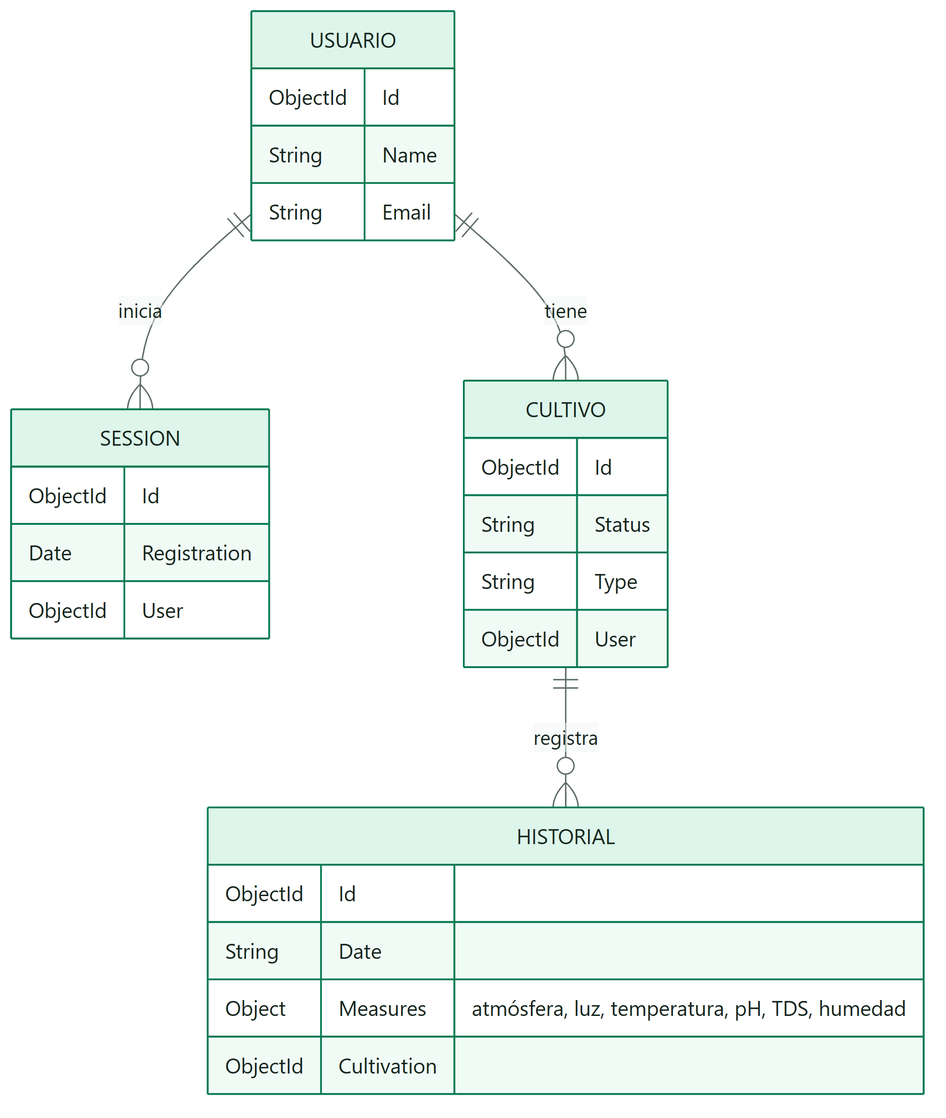
Above: docs/diagrams/SmartPot_31_Original_Data_Model.png in SmartPotTech/.github (Mermaid), before the change. Its source is kept beside it as docs/diagrams/SmartPot_31_Original_Data_Model.mmd. Source of this version:
```mermaid
%%{init: {"theme": "base", "fontFamily": "Segoe UI, Arial, sans-serif", "themeVariables": {"fontFamily": "Segoe UI, Arial, sans-serif", "fontSize": "15px", "primaryColor": "#DDF5EA", "primaryTextColor": "#17261F", "primaryBorderColor": "#067A52", "secondaryColor": "#E3F2FB", "secondaryTextColor": "#17261F", "secondaryBorderColor": "#1F6FA0", "tertiaryColor": "#F2F7F4", "tertiaryTextColor": "#17261F", "tertiaryBorderColor": "#D5E3DC", "lineColor": "#5B6B63", "textColor": "#17261F", "mainBkg": "#DDF5EA", "nodeBorder": "#067A52", "clusterBkg": "#F7FAF8", "clusterBorder": "#D5E3DC", "edgeLabelBackground": "#FFFFFF", "actorBkg": "#067A52", "actorBorder": "#0B3D2B", "actorTextColor": "#FFFFFF", "actorLineColor": "#5B6B63", "signalColor": "#17261F", "signalTextColor": "#17261F", "labelBoxBkgColor": "#0B3D2B", "labelBoxBorderColor": "#0B3D2B", "labelTextColor": "#FFFFFF", "loopTextColor": "#0B3D2B", "noteBkgColor": "#FDF4DD", "noteBorderColor": "#C98D12", "noteTextColor": "#17261F", "activationBkgColor": "#DDF5EA", "activationBorderColor": "#067A52", "attributeBackgroundColorOdd": "#FFFFFF", "attributeBackgroundColorEven": "#F2F7F4"}}}%%
erDiagram
  USUARIO ||--o{ SESSION : "inicia"
  USUARIO ||--o{ CULTIVO : "tiene"
  CULTIVO ||--o{ HISTORIAL : "registra"
  USUARIO {
    ObjectId Id
    String Name
    String Email
  }
  SESSION {
    ObjectId Id
    Date Registration
    ObjectId User
  }
  CULTIVO {
    ObjectId Id
    String Status
    String Type
    ObjectId User
  }
  HISTORIAL {
    ObjectId Id
    String Date
    Object Measures "atmósfera, luz, temperatura, pH, TDS, humedad"
    ObjectId Cultivation
  }
```
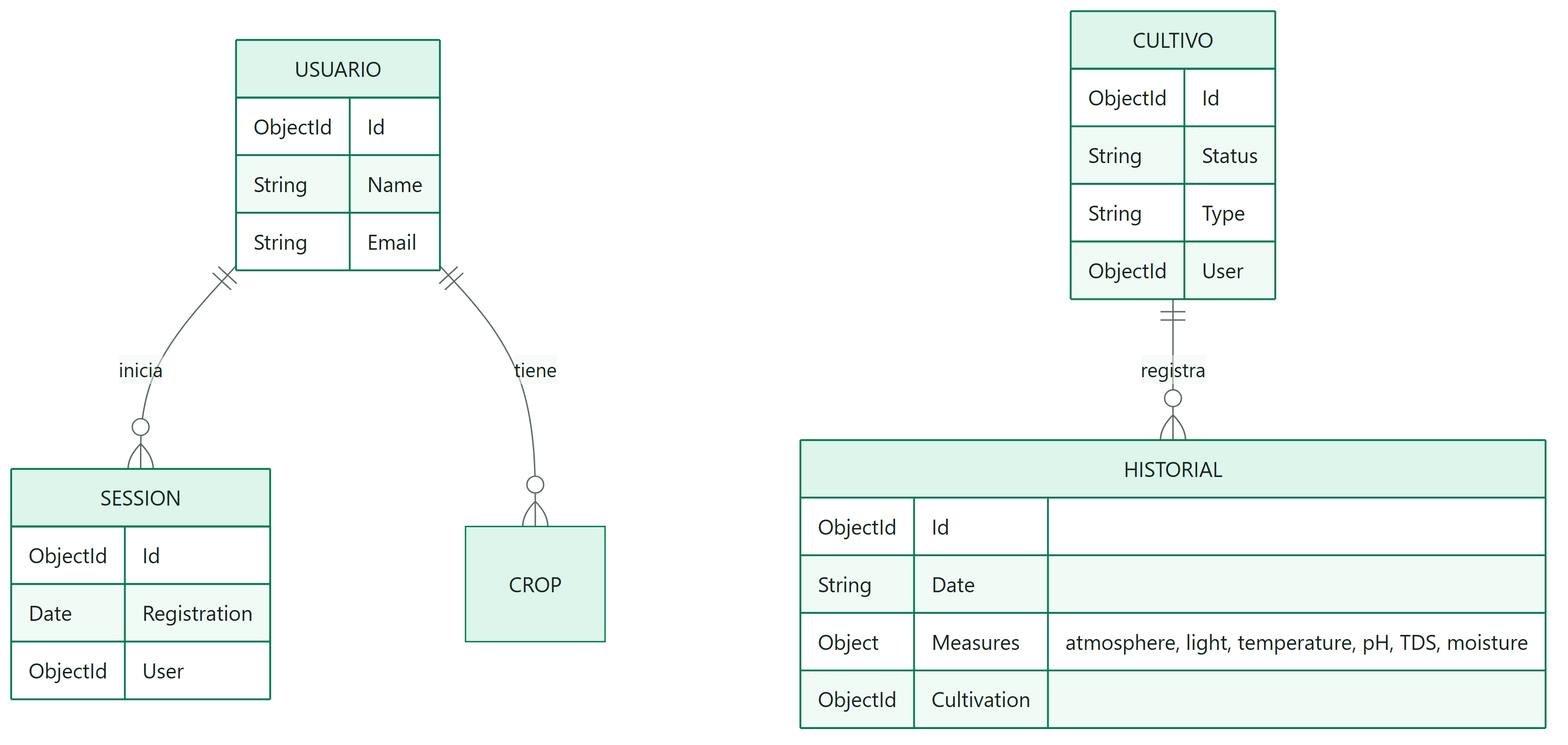
After the change.

Change to the diagram source:
```diff
@@ -1,7 +1,7 @@
 %%{init: {"theme": "base", "fontFamily": "Segoe UI, Arial, sans-serif", "themeVariables": {"fontFamily": "Segoe UI, Arial, sans-serif", "fontSize": "15px", "primaryColor": "#DDF5EA", "primaryTextColor": "#17261F", "primaryBorderColor": "#067A52", "secondaryColor": "#E3F2FB", "secondaryTextColor": "#17261F", "secondaryBorderColor": "#1F6FA0", "tertiaryColor": "#F2F7F4", "tertiaryTextColor": "#17261F", "tertiaryBorderColor": "#D5E3DC", "lineColor": "#5B6B63", "textColor": "#17261F", "mainBkg": "#DDF5EA", "nodeBorder": "#067A52", "clusterBkg": "#F7FAF8", "clusterBorder": "#D5E3DC", "edgeLabelBackground": "#FFFFFF", "actorBkg": "#067A52", "actorBorder": "#0B3D2B", "actorTextColor": "#FFFFFF", "actorLineColor": "#5B6B63", "signalColor": "#17261F", "signalTextColor": "#17261F", "labelBoxBkgColor": "#0B3D2B", "labelBoxBorderColor": "#0B3D2B", "labelTextColor": "#FFFFFF", "loopTextColor": "#0B3D2B", "noteBkgColor": "#FDF4DD", "noteBorderColor": "#C98D12", "noteTextColor": "#17261F", "activationBkgColor": "#DDF5EA", "activationBorderColor": "#067A52", "attributeBackgroundColorOdd": "#FFFFFF", "attributeBackgroundColorEven": "#F2F7F4"}}}%%
 erDiagram
   USUARIO ||--o{ SESSION : "inicia"
-  USUARIO ||--o{ CULTIVO : "tiene"
+  USUARIO ||--o{ CROP : "tiene"
   CULTIVO ||--o{ HISTORIAL : "registra"
   USUARIO {
     ObjectId Id
@@ -22,6 +22,6 @@
   HISTORIAL {
     ObjectId Id
     String Date
-    Object Measures "atmósfera, luz, temperatura, pH, TDS, humedad"
+    Object Measures "atmosphere, light, temperature, pH, TDS, moisture"
     ObjectId Cultivation
   }
```
